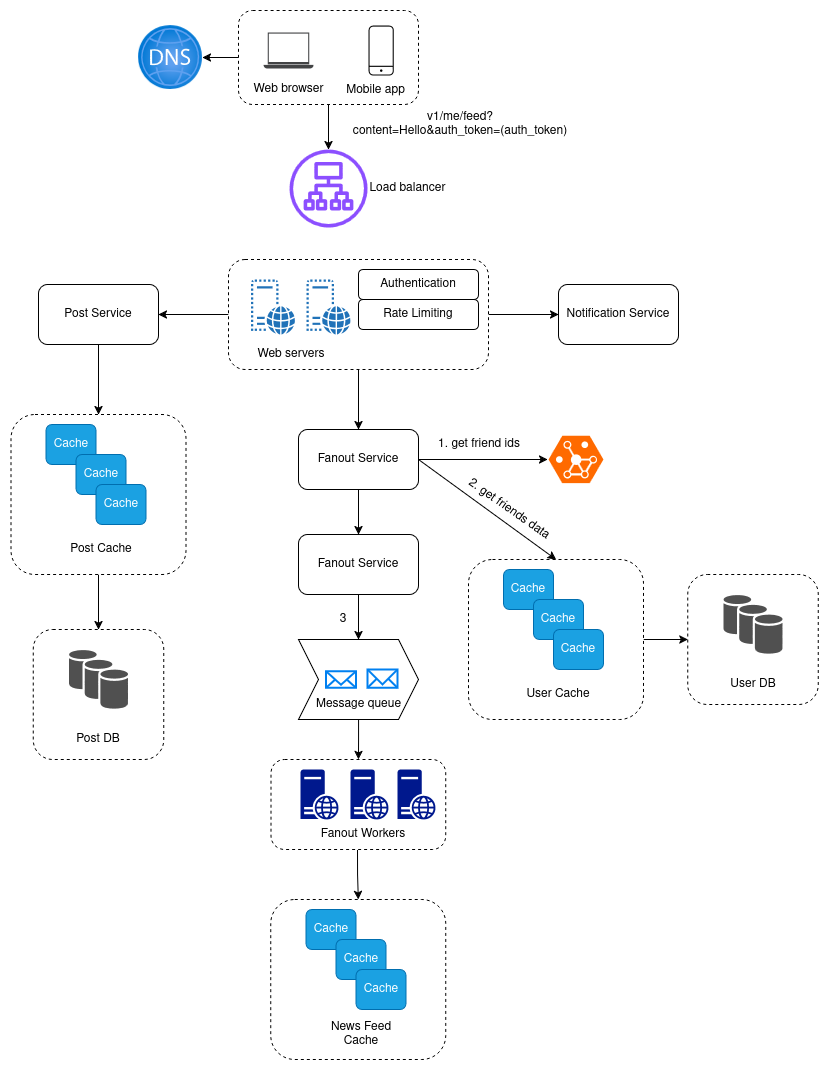
Earlier version of the draw.io export docs/assets/feed_publising.drawio.png (da0p/GithubPage). Source tidied: cells renumbered, new cells last; positions are measured from the earlier drawing's top-left corner, leaving out a move shared by most shapes. The source it was exported from:
```xml
<mxGraphModel>
  <root>
    <mxCell id="0" />
    <mxCell id="1" parent="0" />
    <mxCell id="2" style="rounded=1;whiteSpace=wrap;html=1;dashed=1;" parent="1" vertex="1">
      <mxGeometry x="260.5" y="749" width="174.7" height="90" as="geometry" />
    </mxCell>
    <mxCell id="3" style="rounded=1;whiteSpace=wrap;html=1;dashed=1;" parent="1" vertex="1">
      <mxGeometry x="677.2" y="564" width="130.5" height="130" as="geometry" />
    </mxCell>
    <mxCell id="4" style="edgeStyle=orthogonalEdgeStyle;rounded=0;jettySize=auto;html=1;exitX=1;exitY=0.5;exitDx=0;exitDy=0;entryX=0;entryY=0.5;entryDx=0;entryDy=0;" parent="1" edge="1" source="5" target="3">
      <mxGeometry relative="1" as="geometry" />
    </mxCell>
    <mxCell id="5" style="rounded=1;whiteSpace=wrap;html=1;dashed=1;" parent="1" vertex="1">
      <mxGeometry x="458" y="549" width="175" height="160" as="geometry" />
    </mxCell>
    <mxCell id="6" style="edgeStyle=orthogonalEdgeStyle;rounded=0;jettySize=auto;html=1;exitX=1;exitY=0.5;exitDx=0;exitDy=0;entryX=0;entryY=0.5;entryDx=0;entryDy=0;" parent="1" edge="1" source="9" target="26">
      <mxGeometry relative="1" as="geometry" />
    </mxCell>
    <mxCell id="7" style="edgeStyle=orthogonalEdgeStyle;rounded=0;jettySize=auto;html=1;exitX=0;exitY=0.5;exitDx=0;exitDy=0;entryX=1;entryY=0.5;entryDx=0;entryDy=0;" parent="1" edge="1" source="9" target="28">
      <mxGeometry relative="1" as="geometry" />
    </mxCell>
    <mxCell id="8" style="edgeStyle=orthogonalEdgeStyle;rounded=0;jettySize=auto;html=1;exitX=0.5;exitY=1;exitDx=0;exitDy=0;entryX=0.5;entryY=0;entryDx=0;entryDy=0;" parent="1" edge="1" source="9" target="30">
      <mxGeometry relative="1" as="geometry" />
    </mxCell>
    <mxCell id="9" style="rounded=1;whiteSpace=wrap;html=1;dashed=1;" parent="1" vertex="1">
      <mxGeometry x="218" y="249" width="260" height="110" as="geometry" />
    </mxCell>
    <mxCell id="10" style="edgeStyle=orthogonalEdgeStyle;rounded=0;jettySize=auto;html=1;exitX=0;exitY=0.5;exitDx=0;exitDy=0;" parent="1" edge="1" source="11" target="14">
      <mxGeometry relative="1" as="geometry" />
    </mxCell>
    <mxCell id="11" style="rounded=1;whiteSpace=wrap;html=1;dashed=1;" parent="1" vertex="1">
      <mxGeometry x="228" width="180" height="94" as="geometry" />
    </mxCell>
    <mxCell id="12" style="sketch=0;shadow=0;dashed=0;html=1;strokeColor=none;fillColor=#434445;labelPosition=center;verticalLabelPosition=bottom;verticalAlign=top;align=center;shape=mxgraph.vvd.laptop;" parent="1" vertex="1">
      <mxGeometry x="253" y="22" width="50" height="36" as="geometry" />
    </mxCell>
    <mxCell id="13" style="sketch=0;verticalLabelPosition=bottom;sketch=0;html=1;verticalAlign=top;strokeColor=none;fillColor=#000000;align=center;shape=mxgraph.citrix2.mobile;" parent="1" vertex="1">
      <mxGeometry x="358" y="15" width="25.3" height="50" as="geometry" />
    </mxCell>
    <mxCell id="14" style="image;html=1;points=[];align=center;fontSize=12;image=img/lib/azure2/networking/DNS_Zones.svg;" parent="1" vertex="1">
      <mxGeometry x="128" y="15" width="64" height="64" as="geometry" />
    </mxCell>
    <mxCell id="15" style="edgeStyle=orthogonalEdgeStyle;rounded=0;jettySize=auto;html=1;exitX=0.5;exitY=1;exitDx=0;exitDy=0;" parent="1" edge="1" source="11" target="18">
      <mxGeometry relative="1" as="geometry" />
    </mxCell>
    <mxCell id="16" value="Web browser" style="text;html=1;align=center;verticalAlign=middle;whiteSpace=wrap;rounded=0;" parent="1" vertex="1">
      <mxGeometry x="240.5" y="64" width="75" height="30" as="geometry" />
    </mxCell>
    <mxCell id="17" value="Mobile app" style="text;html=1;align=center;verticalAlign=middle;whiteSpace=wrap;rounded=0;" parent="1" vertex="1">
      <mxGeometry x="328" y="65" width="75" height="30" as="geometry" />
    </mxCell>
    <mxCell id="18" style="sketch=0;outlineConnect=0;fontColor=#232F3E;gradientColor=none;fillColor=#8C4FFF;strokeColor=none;dashed=0;verticalLabelPosition=bottom;verticalAlign=top;align=center;html=1;fontSize=12;fontStyle=0;shape=mxgraph.aws4.application_load_balancer;" parent="1" vertex="1">
      <mxGeometry x="279" y="139" width="78" height="78" as="geometry" />
    </mxCell>
    <mxCell id="19" value="Load balancer" style="text;html=1;align=center;verticalAlign=middle;whiteSpace=wrap;rounded=0;" parent="1" vertex="1">
      <mxGeometry x="357" y="163" width="81" height="30" as="geometry" />
    </mxCell>
    <mxCell id="20" value="v1/me/feed?content=Hello&amp;amp;auth_token=(auth_token)" style="text;html=1;align=center;verticalAlign=middle;whiteSpace=wrap;rounded=0;" parent="1" vertex="1">
      <mxGeometry x="322" y="99" width="256" height="30" as="geometry" />
    </mxCell>
    <mxCell id="21" style="sketch=0;shadow=0;dashed=0;html=1;strokeColor=none;labelPosition=center;verticalLabelPosition=bottom;verticalAlign=top;align=center;shape=mxgraph.office.servers.virtual_web_server;fillColor=#2072B8;" parent="1" vertex="1">
      <mxGeometry x="240.5" y="269" width="44" height="55" as="geometry" />
    </mxCell>
    <mxCell id="22" style="sketch=0;shadow=0;dashed=0;html=1;strokeColor=none;labelPosition=center;verticalLabelPosition=bottom;verticalAlign=top;align=center;shape=mxgraph.office.servers.virtual_web_server;fillColor=#2072B8;" parent="1" vertex="1">
      <mxGeometry x="296" y="269" width="44" height="55" as="geometry" />
    </mxCell>
    <mxCell id="23" value="Web servers" style="text;html=1;align=center;verticalAlign=middle;whiteSpace=wrap;rounded=0;" parent="1" vertex="1">
      <mxGeometry x="240.5" y="329" width="80" height="30" as="geometry" />
    </mxCell>
    <mxCell id="24" value="Authentication" style="rounded=1;whiteSpace=wrap;html=1;" parent="1" vertex="1">
      <mxGeometry x="348" y="259" width="120" height="30" as="geometry" />
    </mxCell>
    <mxCell id="25" value="Rate Limiting" style="rounded=1;whiteSpace=wrap;html=1;" parent="1" vertex="1">
      <mxGeometry x="348" y="289" width="120" height="30" as="geometry" />
    </mxCell>
    <mxCell id="26" value="Notification Service" style="rounded=1;whiteSpace=wrap;html=1;" parent="1" vertex="1">
      <mxGeometry x="548" y="274" width="120" height="60" as="geometry" />
    </mxCell>
    <mxCell id="27" style="edgeStyle=orthogonalEdgeStyle;rounded=0;jettySize=auto;html=1;exitX=0.5;exitY=1;exitDx=0;exitDy=0;entryX=0.5;entryY=0;entryDx=0;entryDy=0;" parent="1" edge="1" source="28" target="43">
      <mxGeometry relative="1" as="geometry" />
    </mxCell>
    <mxCell id="28" value="Post Service" style="rounded=1;whiteSpace=wrap;html=1;" parent="1" vertex="1">
      <mxGeometry x="28" y="274" width="120" height="60" as="geometry" />
    </mxCell>
    <mxCell id="29" style="edgeStyle=orthogonalEdgeStyle;rounded=0;jettySize=auto;html=1;exitX=0.5;exitY=1;exitDx=0;exitDy=0;entryX=0.5;entryY=0;entryDx=0;entryDy=0;" parent="1" edge="1" source="30" target="57">
      <mxGeometry relative="1" as="geometry" />
    </mxCell>
    <mxCell id="30" value="Fanout Service" style="rounded=1;whiteSpace=wrap;html=1;" parent="1" vertex="1">
      <mxGeometry x="288" y="419" width="120" height="60" as="geometry" />
    </mxCell>
    <mxCell id="31" style="points=[];html=1;align=center;shadow=0;dashed=0;fillColor=#FF6A00;strokeColor=none;shape=mxgraph.alibaba_cloud.gdb_graph_database;" parent="1" vertex="1">
      <mxGeometry x="538" y="425.3" width="54.9" height="47.4" as="geometry" />
    </mxCell>
    <mxCell id="32" style="edgeStyle=orthogonalEdgeStyle;rounded=0;jettySize=auto;html=1;exitX=1;exitY=0.5;exitDx=0;exitDy=0;entryX=-0.018;entryY=0.5;entryDx=0;entryDy=0;entryPerimeter=0;" parent="1" edge="1" source="30" target="31">
      <mxGeometry relative="1" as="geometry" />
    </mxCell>
    <mxCell id="33" value="1. get friend ids" style="text;html=1;align=center;verticalAlign=middle;whiteSpace=wrap;rounded=0;" parent="1" vertex="1">
      <mxGeometry x="420" y="419" width="98" height="30" as="geometry" />
    </mxCell>
    <mxCell id="34" value="Cache" style="rounded=1;whiteSpace=wrap;html=1;fillColor=#1ba1e2;fontColor=#ffffff;strokeColor=#006EAF;" parent="1" vertex="1">
      <mxGeometry x="493" y="559" width="50" height="40" as="geometry" />
    </mxCell>
    <mxCell id="35" value="Cache" style="rounded=1;whiteSpace=wrap;html=1;fillColor=#1ba1e2;fontColor=#ffffff;strokeColor=#006EAF;" parent="1" vertex="1">
      <mxGeometry x="523" y="589" width="50" height="40" as="geometry" />
    </mxCell>
    <mxCell id="36" value="Cache" style="rounded=1;whiteSpace=wrap;html=1;fillColor=#1ba1e2;fontColor=#ffffff;strokeColor=#006EAF;" parent="1" vertex="1">
      <mxGeometry x="543" y="619" width="50" height="40" as="geometry" />
    </mxCell>
    <mxCell id="37" style="endArrow=classic;html=1;rounded=0;entryX=0.5;entryY=0;entryDx=0;entryDy=0;exitX=1;exitY=0.5;exitDx=0;exitDy=0;" parent="1" edge="1" source="30" target="5">
      <mxGeometry relative="1" as="geometry" />
    </mxCell>
    <mxCell id="38" value="2. get friends data" style="text;html=1;align=center;verticalAlign=middle;whiteSpace=wrap;rounded=0;rotation=35;" parent="1" vertex="1">
      <mxGeometry x="450" y="484" width="98" height="30" as="geometry" />
    </mxCell>
    <mxCell id="39" style="sketch=0;shadow=0;dashed=0;html=1;strokeColor=none;fillColor=#505050;labelPosition=center;verticalLabelPosition=bottom;verticalAlign=top;align=center;shape=mxgraph.office.databases.database_availability_group;" parent="1" vertex="1">
      <mxGeometry x="713" y="584.5" width="59" height="59" as="geometry" />
    </mxCell>
    <mxCell id="40" value="User Cache" style="text;html=1;align=center;verticalAlign=middle;whiteSpace=wrap;rounded=0;" parent="1" vertex="1">
      <mxGeometry x="513" y="669" width="70" height="30" as="geometry" />
    </mxCell>
    <mxCell id="41" value="User DB" style="text;html=1;align=center;verticalAlign=middle;whiteSpace=wrap;rounded=0;" parent="1" vertex="1">
      <mxGeometry x="707.5" y="659" width="70" height="30" as="geometry" />
    </mxCell>
    <mxCell id="42" style="edgeStyle=orthogonalEdgeStyle;rounded=0;jettySize=auto;html=1;exitX=0.5;exitY=1;exitDx=0;exitDy=0;entryX=0.5;entryY=0;entryDx=0;entryDy=0;" parent="1" edge="1" source="43" target="48">
      <mxGeometry relative="1" as="geometry" />
    </mxCell>
    <mxCell id="43" style="rounded=1;whiteSpace=wrap;html=1;dashed=1;" parent="1" vertex="1">
      <mxGeometry x="0.5" y="404" width="175" height="160" as="geometry" />
    </mxCell>
    <mxCell id="44" value="Cache" style="rounded=1;whiteSpace=wrap;html=1;fillColor=#1ba1e2;fontColor=#ffffff;strokeColor=#006EAF;" parent="1" vertex="1">
      <mxGeometry x="35.5" y="414" width="50" height="40" as="geometry" />
    </mxCell>
    <mxCell id="45" value="Cache" style="rounded=1;whiteSpace=wrap;html=1;fillColor=#1ba1e2;fontColor=#ffffff;strokeColor=#006EAF;" parent="1" vertex="1">
      <mxGeometry x="65.5" y="444" width="50" height="40" as="geometry" />
    </mxCell>
    <mxCell id="46" value="Cache" style="rounded=1;whiteSpace=wrap;html=1;fillColor=#1ba1e2;fontColor=#ffffff;strokeColor=#006EAF;" parent="1" vertex="1">
      <mxGeometry x="85.5" y="474" width="50" height="40" as="geometry" />
    </mxCell>
    <mxCell id="47" value="Post Cache" style="text;html=1;align=center;verticalAlign=middle;whiteSpace=wrap;rounded=0;" parent="1" vertex="1">
      <mxGeometry x="55.5" y="524" width="70" height="30" as="geometry" />
    </mxCell>
    <mxCell id="48" style="rounded=1;whiteSpace=wrap;html=1;dashed=1;" parent="1" vertex="1">
      <mxGeometry x="22.8" y="619" width="130.5" height="130" as="geometry" />
    </mxCell>
    <mxCell id="49" style="sketch=0;shadow=0;dashed=0;html=1;strokeColor=none;fillColor=#505050;labelPosition=center;verticalLabelPosition=bottom;verticalAlign=top;align=center;shape=mxgraph.office.databases.database_availability_group;" parent="1" vertex="1">
      <mxGeometry x="58.5" y="639.5" width="59" height="59" as="geometry" />
    </mxCell>
    <mxCell id="50" value="Post DB" style="text;html=1;align=center;verticalAlign=middle;whiteSpace=wrap;rounded=0;" parent="1" vertex="1">
      <mxGeometry x="53" y="714" width="70" height="30" as="geometry" />
    </mxCell>
    <mxCell id="51" style="shape=step;perimeter=stepPerimeter;whiteSpace=wrap;html=1;fixedSize=1;" parent="1" vertex="1">
      <mxGeometry x="288" y="629" width="120" height="80" as="geometry" />
    </mxCell>
    <mxCell id="52" style="html=1;verticalLabelPosition=bottom;align=center;labelBackgroundColor=#ffffff;verticalAlign=top;strokeWidth=2;strokeColor=#0080F0;shadow=0;dashed=0;shape=mxgraph.ios7.icons.mail;" parent="1" vertex="1">
      <mxGeometry x="315.5" y="660.8" width="30" height="16.5" as="geometry" />
    </mxCell>
    <mxCell id="53" style="html=1;verticalLabelPosition=bottom;align=center;labelBackgroundColor=#ffffff;verticalAlign=top;strokeWidth=2;strokeColor=#0080F0;shadow=0;dashed=0;shape=mxgraph.ios7.icons.mail;" parent="1" vertex="1">
      <mxGeometry x="357" y="659" width="30" height="18.2" as="geometry" />
    </mxCell>
    <mxCell id="54" style="edgeStyle=orthogonalEdgeStyle;rounded=0;jettySize=auto;html=1;exitX=0.5;exitY=1;exitDx=0;exitDy=0;entryX=0.5;entryY=0;entryDx=0;entryDy=0;" parent="1" edge="1" source="55" target="2">
      <mxGeometry relative="1" as="geometry" />
    </mxCell>
    <mxCell id="55" value="Message queue" style="text;html=1;align=center;verticalAlign=middle;whiteSpace=wrap;rounded=0;" parent="1" vertex="1">
      <mxGeometry x="301.8" y="679" width="92.5" height="30" as="geometry" />
    </mxCell>
    <mxCell id="56" style="edgeStyle=orthogonalEdgeStyle;rounded=0;jettySize=auto;html=1;exitX=0.5;exitY=1;exitDx=0;exitDy=0;entryX=0.5;entryY=0;entryDx=0;entryDy=0;" parent="1" edge="1" source="57" target="51">
      <mxGeometry relative="1" as="geometry" />
    </mxCell>
    <mxCell id="57" value="Fanout Service" style="rounded=1;whiteSpace=wrap;html=1;" parent="1" vertex="1">
      <mxGeometry x="288" y="524" width="120" height="60" as="geometry" />
    </mxCell>
    <mxCell id="58" value="3" style="text;html=1;align=center;verticalAlign=middle;whiteSpace=wrap;rounded=0;" parent="1" vertex="1">
      <mxGeometry x="303" y="594" width="60" height="30" as="geometry" />
    </mxCell>
    <mxCell id="59" style="sketch=0;shadow=0;dashed=0;html=1;strokeColor=none;labelPosition=center;verticalLabelPosition=bottom;verticalAlign=top;align=center;fillColor=#00188D;shape=mxgraph.mscae.enterprise.web_server;" parent="1" vertex="1">
      <mxGeometry x="290" y="759" width="38" height="50" as="geometry" />
    </mxCell>
    <mxCell id="60" style="sketch=0;shadow=0;dashed=0;html=1;strokeColor=none;labelPosition=center;verticalLabelPosition=bottom;verticalAlign=top;align=center;fillColor=#00188D;shape=mxgraph.mscae.enterprise.web_server;" parent="1" vertex="1">
      <mxGeometry x="340" y="759" width="38" height="50" as="geometry" />
    </mxCell>
    <mxCell id="61" style="sketch=0;shadow=0;dashed=0;html=1;strokeColor=none;labelPosition=center;verticalLabelPosition=bottom;verticalAlign=top;align=center;fillColor=#00188D;shape=mxgraph.mscae.enterprise.web_server;" parent="1" vertex="1">
      <mxGeometry x="387" y="759" width="38" height="50" as="geometry" />
    </mxCell>
    <mxCell id="62" style="edgeStyle=orthogonalEdgeStyle;rounded=0;jettySize=auto;html=1;exitX=0.433;exitY=1.033;exitDx=0;exitDy=0;entryX=0.5;entryY=0;entryDx=0;entryDy=0;exitPerimeter=0;" parent="1" edge="1" source="63" target="64">
      <mxGeometry relative="1" as="geometry" />
    </mxCell>
    <mxCell id="63" value="Fanout Workers" style="text;html=1;align=center;verticalAlign=middle;whiteSpace=wrap;rounded=0;" parent="1" vertex="1">
      <mxGeometry x="308" y="809" width="90" height="30" as="geometry" />
    </mxCell>
    <mxCell id="64" style="rounded=1;whiteSpace=wrap;html=1;dashed=1;" parent="1" vertex="1">
      <mxGeometry x="260.2" y="889" width="175" height="160" as="geometry" />
    </mxCell>
    <mxCell id="65" value="Cache" style="rounded=1;whiteSpace=wrap;html=1;fillColor=#1ba1e2;fontColor=#ffffff;strokeColor=#006EAF;" parent="1" vertex="1">
      <mxGeometry x="295.5" y="899" width="50" height="40" as="geometry" />
    </mxCell>
    <mxCell id="66" value="Cache" style="rounded=1;whiteSpace=wrap;html=1;fillColor=#1ba1e2;fontColor=#ffffff;strokeColor=#006EAF;" parent="1" vertex="1">
      <mxGeometry x="325.5" y="929" width="50" height="40" as="geometry" />
    </mxCell>
    <mxCell id="67" value="Cache" style="rounded=1;whiteSpace=wrap;html=1;fillColor=#1ba1e2;fontColor=#ffffff;strokeColor=#006EAF;" parent="1" vertex="1">
      <mxGeometry x="345.5" y="959" width="50" height="40" as="geometry" />
    </mxCell>
    <mxCell id="68" value="News Feed Cache" style="text;html=1;align=center;verticalAlign=middle;whiteSpace=wrap;rounded=0;" parent="1" vertex="1">
      <mxGeometry x="315.5" y="1009" width="70" height="30" as="geometry" />
    </mxCell>
  </root>
</mxGraphModel>
```
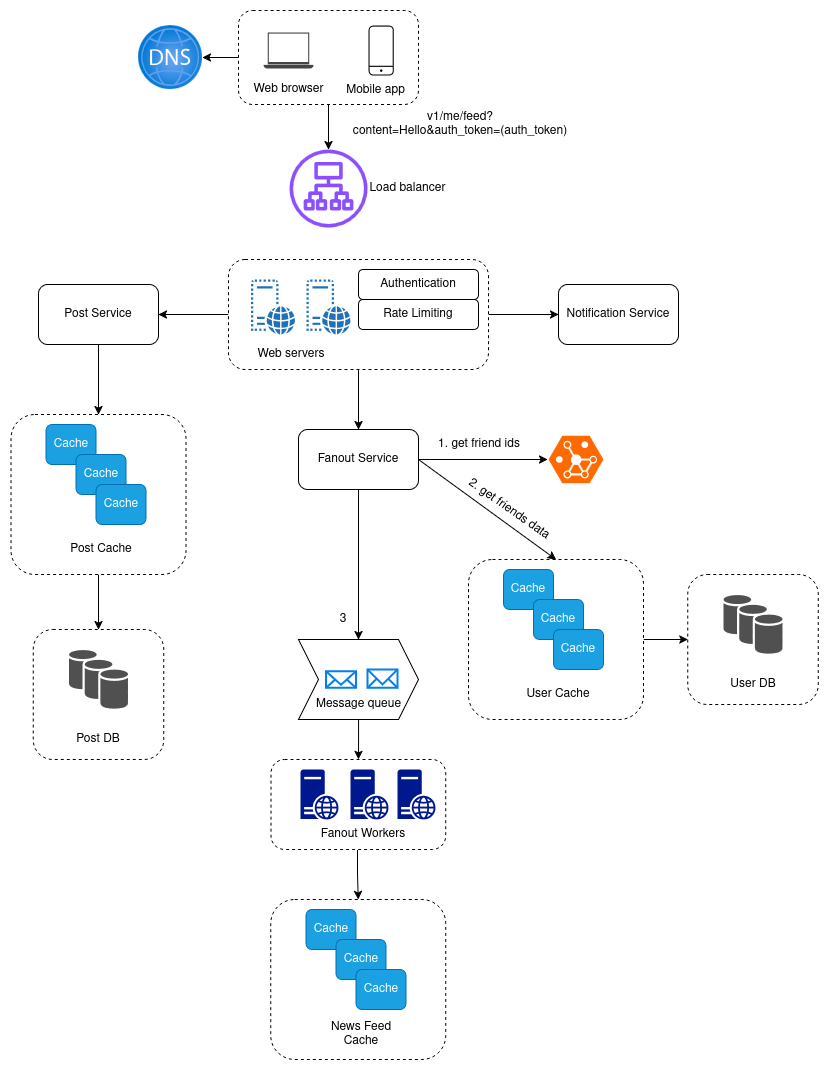
The same file after the commit.

Change to the diagram source:
```diff
@@ -83,9 +83,6 @@
     <mxCell id="28" value="Post Service" style="rounded=1;whiteSpace=wrap;html=1;" parent="1" vertex="1">
       <mxGeometry x="28" y="274" width="120" height="60" as="geometry" />
     </mxCell>
-    <mxCell id="29" style="edgeStyle=orthogonalEdgeStyle;rounded=0;jettySize=auto;html=1;exitX=0.5;exitY=1;exitDx=0;exitDy=0;entryX=0.5;entryY=0;entryDx=0;entryDy=0;" parent="1" edge="1" source="30" target="57">
-      <mxGeometry relative="1" as="geometry" />
-    </mxCell>
     <mxCell id="30" value="Fanout Service" style="rounded=1;whiteSpace=wrap;html=1;" parent="1" vertex="1">
       <mxGeometry x="288" y="419" width="120" height="60" as="geometry" />
     </mxCell>
@@ -164,12 +161,9 @@
     <mxCell id="55" value="Message queue" style="text;html=1;align=center;verticalAlign=middle;whiteSpace=wrap;rounded=0;" parent="1" vertex="1">
       <mxGeometry x="301.8" y="679" width="92.5" height="30" as="geometry" />
     </mxCell>
-    <mxCell id="56" style="edgeStyle=orthogonalEdgeStyle;rounded=0;jettySize=auto;html=1;exitX=0.5;exitY=1;exitDx=0;exitDy=0;entryX=0.5;entryY=0;entryDx=0;entryDy=0;" parent="1" edge="1" source="57" target="51">
+    <mxCell id="56" style="edgeStyle=orthogonalEdgeStyle;rounded=0;jettySize=auto;html=1;exitX=0.5;exitY=1;exitDx=0;exitDy=0;entryX=0.5;entryY=0;entryDx=0;entryDy=0;" parent="1" edge="1" source="30" target="51">
       <mxGeometry relative="1" as="geometry" />
     </mxCell>
-    <mxCell id="57" value="Fanout Service" style="rounded=1;whiteSpace=wrap;html=1;" parent="1" vertex="1">
-      <mxGeometry x="288" y="524" width="120" height="60" as="geometry" />
-    </mxCell>
     <mxCell id="58" value="3" style="text;html=1;align=center;verticalAlign=middle;whiteSpace=wrap;rounded=0;" parent="1" vertex="1">
       <mxGeometry x="303" y="594" width="60" height="30" as="geometry" />
     </mxCell>
```
